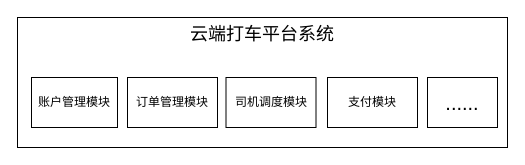
Above: draw/亲情关怀打车系统架构图.drawio in befairyliu/draw.io (draw.io), before the change. Source tidied: cells renumbered, new cells numbered last; positions are measured from the earlier drawing's top-left corner, leaving out a move shared by most shapes. Both pictures are drawn from the tidied source at 100%, with x=0, y=0 at pixel (17, 17).
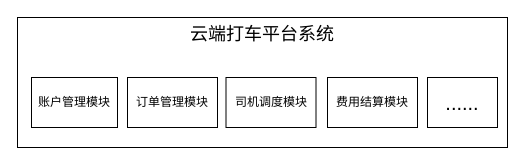
After the change.

Commit message (it also covers changes not shown here):
Update 亲情关怀打车系统架构图.drawio

The edit, as a diff of the source:
```diff
@@
 <mxGraphModel>
   <root>
     <mxCell id="0" />
     <mxCell id="1" parent="0" />
     <mxCell id="2" value="&lt;font style=&quot;font-size: 18px&quot;&gt;云端打车平台系统&lt;/font&gt;" style="rounded=0;whiteSpace=wrap;html=1;verticalAlign=top;" parent="1" vertex="1">
       <mxGeometry width="490" height="130" as="geometry" />
     </mxCell>
     <mxCell id="3" value="账户管理模块" style="rounded=0;whiteSpace=wrap;html=1;" parent="1" vertex="1">
       <mxGeometry x="14" y="60" width="86" height="50" as="geometry" />
     </mxCell>
     <mxCell id="4" value="订单管理模块" style="rounded=0;whiteSpace=wrap;html=1;" parent="1" vertex="1">
       <mxGeometry x="110" y="60" width="90" height="50" as="geometry" />
     </mxCell>
     <mxCell id="5" value="司机调度模块" style="rounded=0;whiteSpace=wrap;html=1;" parent="1" vertex="1">
       <mxGeometry x="208.5" y="60" width="90" height="50" as="geometry" />
     </mxCell>
-    <mxCell id="6" value="支付模块" style="rounded=0;whiteSpace=wrap;html=1;" parent="1" vertex="1">
+    <mxCell id="6" value="费用结算模块" style="rounded=0;whiteSpace=wrap;html=1;" parent="1" vertex="1">
       <mxGeometry x="310" y="60" width="90" height="50" as="geometry" />
     </mxCell>
     <mxCell id="7" value="&lt;font style=&quot;font-size: 20px&quot;&gt;......&lt;/font&gt;" style="rounded=0;whiteSpace=wrap;html=1;" parent="1" vertex="1">
       <mxGeometry x="410" y="60" width="70" height="50" as="geometry" />
     </mxCell>
   </root>
 </mxGraphModel>
```
